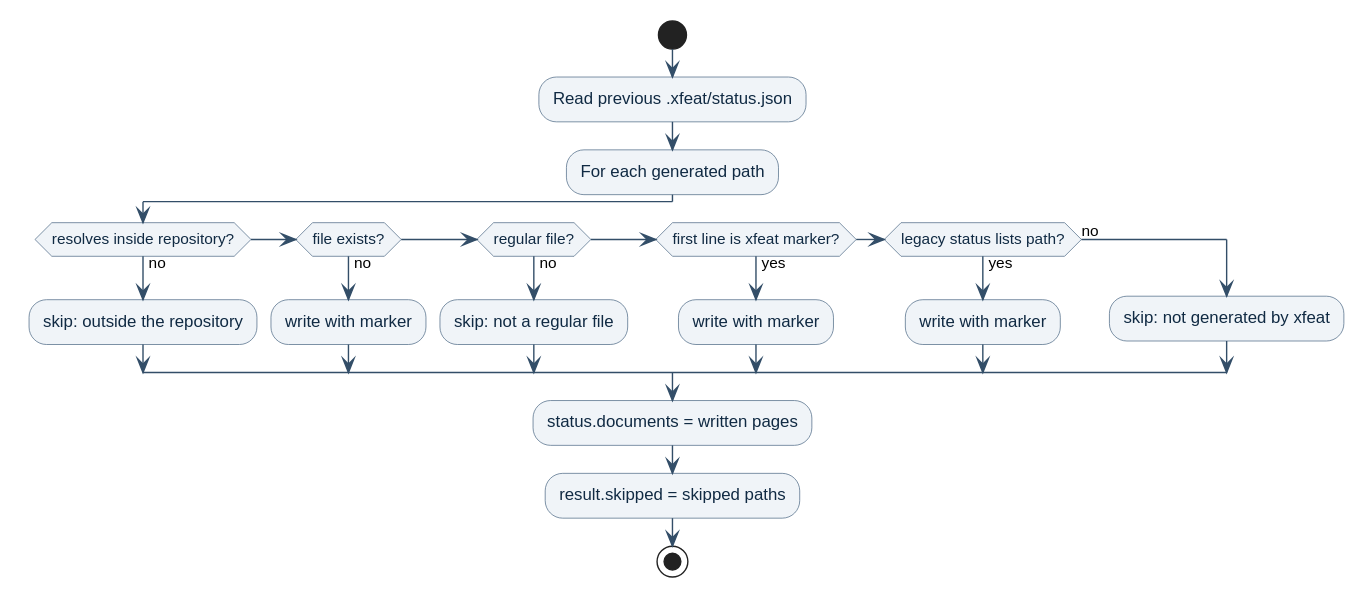
brunobrise/xfeat keeps this PlantUML diagram as docs/specs/diagrams/0019ed76fba2f4da/scan-file-ownership.svg. Above is the earlier version. Its diagram source:
```plantuml
@startuml
skinparam backgroundColor #FFFFFF
skinparam shadowing false
skinparam defaultFontName Helvetica
skinparam activity {
  BorderColor #486581
  FontColor #102A43
  BackgroundColor #F0F4F8
}
skinparam arrowColor #334E68

start
:Read previous .xfeat/status.json;
:For each generated path;
if (resolves inside repository?) then (no)
  :skip: outside the repository;
elseif (file exists?) then (no)
  :write with marker;
elseif (regular file?) then (no)
  :skip: not a regular file;
elseif (first line is xfeat marker?) then (yes)
  :write with marker;
elseif (legacy status lists path?) then (yes)
  :write with marker;
else (no)
  :skip: not generated by xfeat;
endif
:status.documents = written pages;
:result.skipped = skipped paths;
stop
@enduml
```
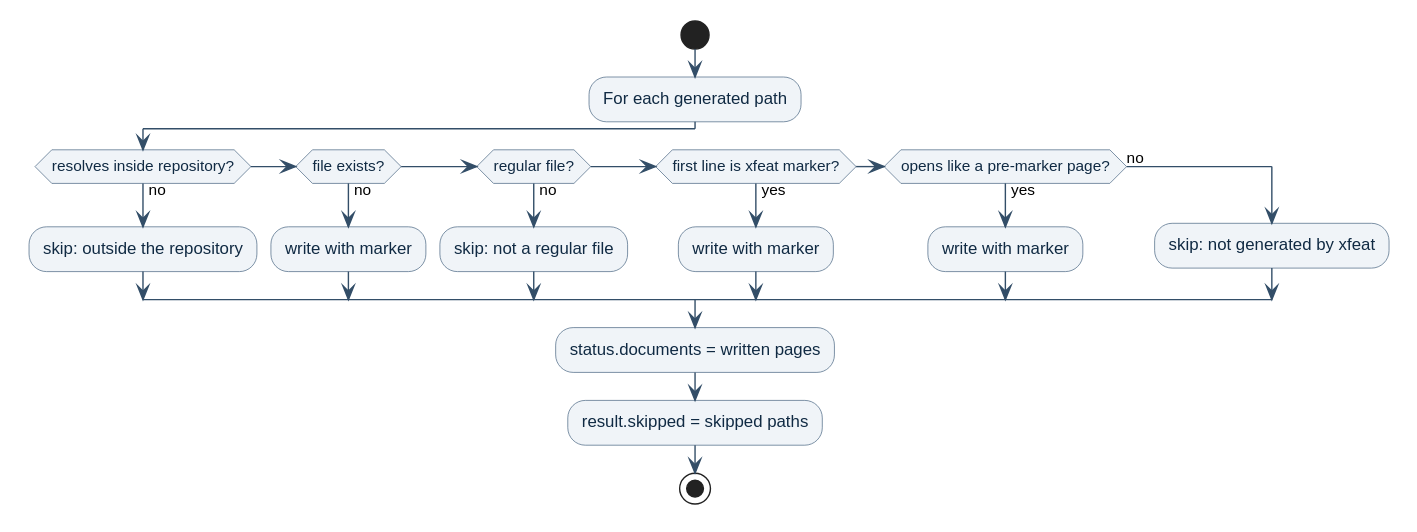
The same diagram one commit later.

Commit message:
fix: recognize pre-marker pages by content instead of the status file

Change to the diagram source:
```diff
@@ -10,7 +10,6 @@
 skinparam arrowColor #334E68
 
 start
-:Read previous .xfeat/status.json;
 :For each generated path;
 if (resolves inside repository?) then (no)
   :skip: outside the repository;
@@ -20,7 +19,7 @@
   :skip: not a regular file;
 elseif (first line is xfeat marker?) then (yes)
   :write with marker;
-elseif (legacy status lists path?) then (yes)
+elseif (opens like a pre-marker page?) then (yes)
   :write with marker;
 else (no)
   :skip: not generated by xfeat;
```
